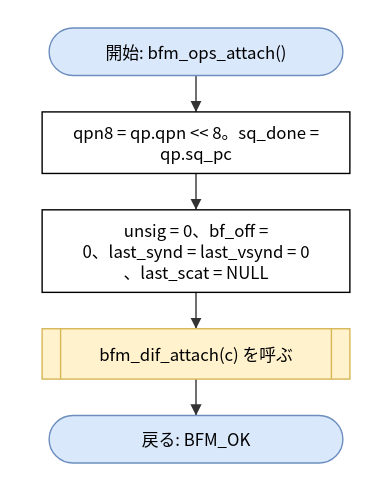
This is doc/spec/images/flow_src_bfm_ops-bfm_ops_attach.drawio.svg from hf355051012-ai/bfmem, a draw.io export, as it was before one commit. Source tidied: cells renumbered, new cells last; positions are measured from the earlier drawing's top-left corner, leaving out a move shared by most shapes.
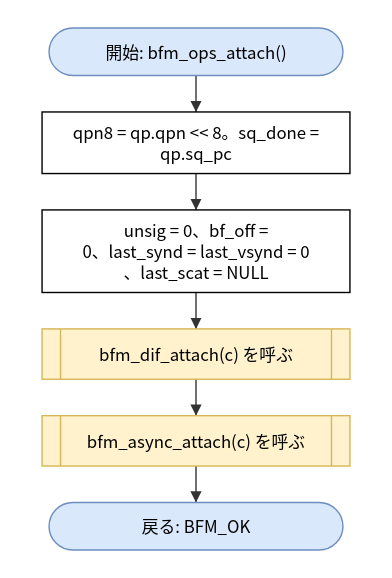
Above is the later version.

What changed in the source:
```diff
@@ -14,9 +14,12 @@
     <mxCell id="5" value="bfm_dif_attach(c) を呼ぶ" style="shape=process;whiteSpace=wrap;html=1;backgroundOutline=1;size=0.06;fillColor=#fff2cc;strokeColor=#d6b656;" parent="1" vertex="1">
       <mxGeometry y="215" width="220" height="36" as="geometry" />
     </mxCell>
-    <mxCell id="6" value="戻る: BFM_OK" style="rounded=1;arcSize=50;whiteSpace=wrap;html=1;fillColor=#dae8fc;strokeColor=#6c8ebf;" parent="1" vertex="1">
-      <mxGeometry x="5" y="277" width="210" height="34" as="geometry" />
+    <mxCell id="6" value="bfm_async_attach(c) を呼ぶ" style="shape=process;whiteSpace=wrap;html=1;backgroundOutline=1;size=0.06;fillColor=#fff2cc;strokeColor=#d6b656;" parent="1" vertex="1">
+      <mxGeometry y="277" width="220" height="36" as="geometry" />
     </mxCell>
+    <mxCell id="11" value="戻る: BFM_OK" style="rounded=1;arcSize=50;whiteSpace=wrap;html=1;fillColor=#dae8fc;strokeColor=#6c8ebf;" parent="1" vertex="1">
+      <mxGeometry x="5" y="339" width="210" height="34" as="geometry" />
+    </mxCell>
     <mxCell id="7" style="edgeStyle=none;html=1;rounded=0;endArrow=block;endFill=1;exitX=0.5000;exitY=1.0000;exitDx=0;exitDy=0;exitPerimeter=0;entryX=0.5000;entryY=0.0000;entryDx=0;entryDy=0;entryPerimeter=0;" parent="1" edge="1" source="2" target="3">
       <mxGeometry relative="1" as="geometry" />
     </mxCell>
@@ -29,5 +32,8 @@
     <mxCell id="10" style="edgeStyle=none;html=1;rounded=0;endArrow=block;endFill=1;exitX=0.5000;exitY=1.0000;exitDx=0;exitDy=0;exitPerimeter=0;entryX=0.5000;entryY=0.0000;entryDx=0;entryDy=0;entryPerimeter=0;" parent="1" edge="1" source="5" target="6">
       <mxGeometry relative="1" as="geometry" />
     </mxCell>
+    <mxCell id="12" style="edgeStyle=none;html=1;rounded=0;endArrow=block;endFill=1;exitX=0.5000;exitY=1.0000;exitDx=0;exitDy=0;exitPerimeter=0;entryX=0.5000;entryY=0.0000;entryDx=0;entryDy=0;entryPerimeter=0;" parent="1" edge="1" source="6" target="11">
+      <mxGeometry relative="1" as="geometry" />
+    </mxCell>
   </root>
 </mxGraphModel>
```
